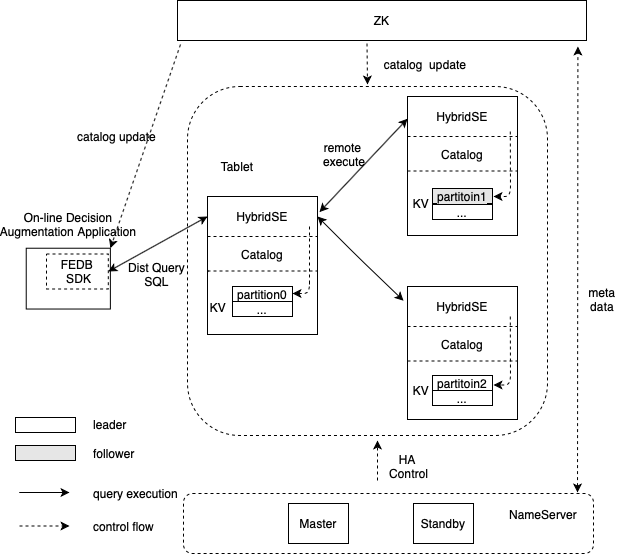
Earlier version of the draw.io export images/fedb_arch.png (4paradigm/OpenMLDB). Source tidied: cells renumbered, new cells last; positions are measured from the earlier drawing's top-left corner, leaving out a move shared by most shapes.
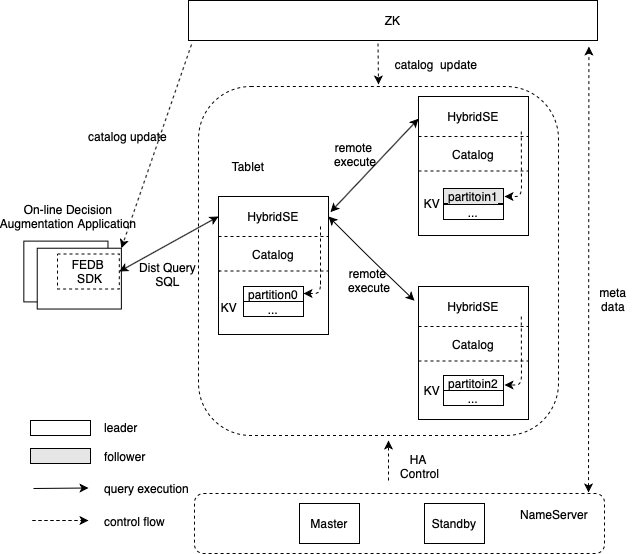
The same diagram one commit later.

The edit, as a diff of the source:
```diff
@@ -2,6 +2,9 @@
   <root>
     <mxCell id="0" />
     <mxCell id="1" parent="0" />
+    <mxCell id="63" value="&lt;font style=&quot;font-size: 14px&quot;&gt;&lt;br&gt;&lt;/font&gt;" style="rounded=0;whiteSpace=wrap;html=1;rotation=-90;direction=west;" parent="1" vertex="1">
+      <mxGeometry x="16" y="228.9" width="60.8" height="84.2" as="geometry" />
+    </mxCell>
     <mxCell id="2" style="rounded=1;whiteSpace=wrap;html=1;dashed=1;fillColor=#ffffff;gradientColor=none;" parent="1" vertex="1">
       <mxGeometry x="175" y="493" width="410" height="60" as="geometry" />
     </mxCell>
@@ -141,7 +144,7 @@
       </mxGeometry>
     </mxCell>
     <mxCell id="38" value="&lt;font style=&quot;font-size: 12px&quot;&gt;&lt;font style=&quot;font-size: 12px&quot;&gt;On-line Decision Augmentation&lt;/font&gt;&amp;nbsp;&lt;span style=&quot;text-align: left&quot;&gt;Application&lt;/span&gt;&lt;/font&gt;" style="text;html=1;strokeColor=none;fillColor=none;align=center;verticalAlign=middle;whiteSpace=wrap;rounded=0;" parent="1" vertex="1">
-      <mxGeometry x="-0.2" y="204" width="120" height="40" as="geometry" />
+      <mxGeometry x="-11" y="196" width="120" height="40" as="geometry" />
     </mxCell>
     <mxCell id="39" value="FEDB &amp;nbsp;SDK" style="rounded=0;whiteSpace=wrap;html=1;fillColor=#ffffff;gradientColor=none;dashed=1;" parent="1" vertex="1">
       <mxGeometry x="38" y="253.5" width="61.8" height="35" as="geometry" />
@@ -188,16 +191,16 @@
       <mxGeometry x="394" y="379.5" width="38" height="20.5" as="geometry" />
     </mxCell>
     <mxCell id="51" style="rounded=0;whiteSpace=wrap;html=1;gradientColor=none;" parent="1" vertex="1">
-      <mxGeometry x="7" y="417" width="60" height="15" as="geometry" />
+      <mxGeometry x="11" y="420" width="60" height="15" as="geometry" />
     </mxCell>
     <mxCell id="52" style="rounded=0;whiteSpace=wrap;html=1;gradientColor=none;fillColor=#E6E6E6;" parent="1" vertex="1">
-      <mxGeometry x="7" y="445" width="60" height="15" as="geometry" />
+      <mxGeometry x="11" y="448" width="60" height="15" as="geometry" />
     </mxCell>
     <mxCell id="53" value="leader" style="text;html=1;strokeColor=none;fillColor=none;align=left;verticalAlign=middle;whiteSpace=wrap;rounded=0;" parent="1" vertex="1">
-      <mxGeometry x="83" y="414" width="40" height="20" as="geometry" />
+      <mxGeometry x="83" y="417" width="40" height="20" as="geometry" />
     </mxCell>
     <mxCell id="54" value="follower" style="text;html=1;strokeColor=none;fillColor=none;align=left;verticalAlign=middle;whiteSpace=wrap;rounded=0;" parent="1" vertex="1">
-      <mxGeometry x="83" y="442.5" width="40" height="20" as="geometry" />
+      <mxGeometry x="83" y="445.5" width="40" height="20" as="geometry" />
     </mxCell>
     <mxCell id="55" style="endArrow=classic;html=1;dashed=1;" parent="1" edge="1">
       <mxGeometry relative="1" as="geometry">
@@ -230,22 +233,25 @@
       <mxGeometry x="293" y="141" width="83" height="26" as="geometry" />
     </mxCell>
     <mxCell id="59" value="control flow" style="text;html=1;strokeColor=none;fillColor=none;align=left;verticalAlign=middle;whiteSpace=wrap;rounded=0;" parent="1" vertex="1">
-      <mxGeometry x="83" y="515.5" width="67" height="20" as="geometry" />
+      <mxGeometry x="83" y="511" width="88" height="20" as="geometry" />
     </mxCell>
-    <mxCell id="60" value="query&amp;nbsp;execution" style="text;html=1;strokeColor=none;fillColor=none;align=left;verticalAlign=middle;whiteSpace=wrap;rounded=0;" parent="1" vertex="1">
-      <mxGeometry x="83" y="482.5" width="66" height="20" as="geometry" />
+    <mxCell id="60" value="query execution" style="text;html=1;strokeColor=none;fillColor=none;align=left;verticalAlign=middle;whiteSpace=wrap;rounded=0;" parent="1" vertex="1">
+      <mxGeometry x="83" y="478" width="90" height="20" as="geometry" />
     </mxCell>
     <mxCell id="61" style="endArrow=classic;html=1;" parent="1" edge="1">
       <mxGeometry relative="1" as="geometry">
-        <mxPoint x="11" y="492" as="sourcePoint" />
-        <mxPoint x="61" y="492" as="targetPoint" />
+        <mxPoint x="14" y="488" as="sourcePoint" />
+        <mxPoint x="69" y="487.5" as="targetPoint" />
       </mxGeometry>
     </mxCell>
     <mxCell id="62" style="endArrow=classic;html=1;dashed=1;" parent="1" edge="1">
       <mxGeometry relative="1" as="geometry">
-        <mxPoint x="11" y="525.5" as="sourcePoint" />
-        <mxPoint x="61" y="525.5" as="targetPoint" />
+        <mxPoint x="13" y="520" as="sourcePoint" />
+        <mxPoint x="69" y="520" as="targetPoint" />
       </mxGeometry>
     </mxCell>
+    <mxCell id="64" value="remote &amp;nbsp;execute" style="text;html=1;strokeColor=none;fillColor=none;align=center;verticalAlign=middle;whiteSpace=wrap;rounded=0;" parent="1" vertex="1">
+      <mxGeometry x="306.5" y="267.1" width="83" height="26" as="geometry" />
+    </mxCell>
   </root>
 </mxGraphModel>
```
